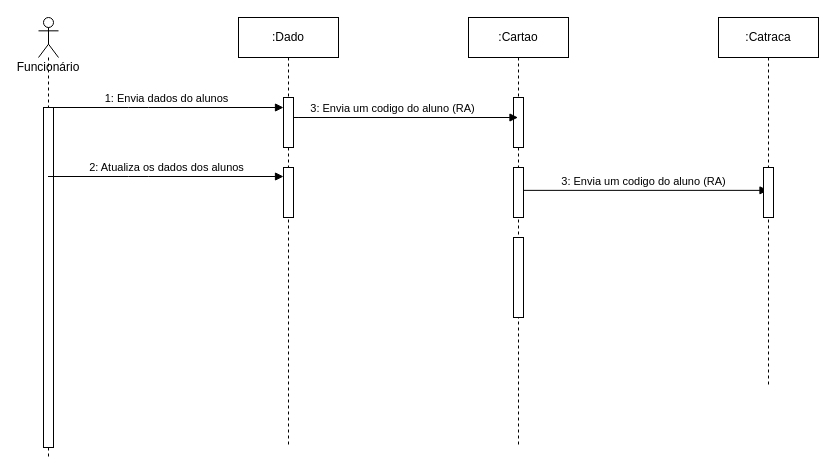
Above: AnaliseSistemasII/diagseqcomcatracas.drawio in owlprog-glitch/spiritpro (draw.io), before the change. Source tidied: cells renumbered, new cells numbered last; positions are measured from the earlier drawing's top-left corner, leaving out a move shared by most shapes. Both pictures are drawn from the tidied source at 100%, with x=0, y=0 at pixel (38, 17).
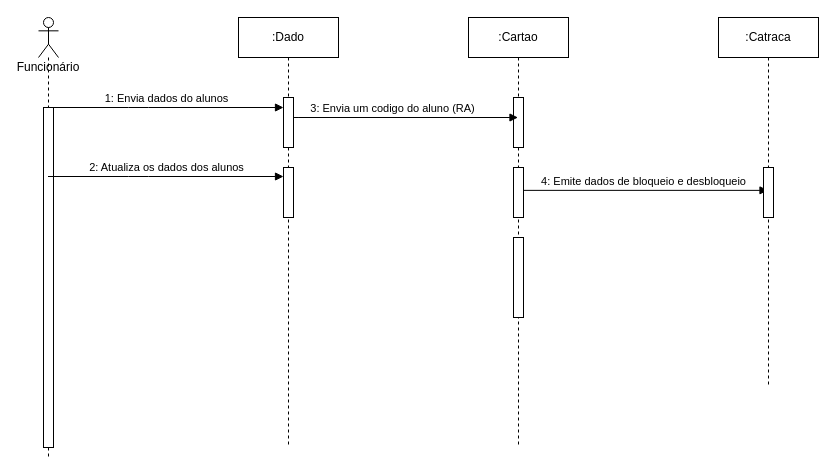
Above is the later version.

The change refers to these unchanged cells:
```xml
<mxCell id="10" value="&lt;div&gt;:Cartao&lt;/div&gt;" style="shape=umlLifeline;perimeter=lifelinePerimeter;whiteSpace=wrap;html=1;outlineConnect=0;" parent="1" vertex="1">
  <mxGeometry x="430" width="100" height="430" as="geometry" />
</mxCell>
<mxCell id="15" value=":Catraca" style="shape=umlLifeline;perimeter=lifelinePerimeter;whiteSpace=wrap;html=1;outlineConnect=0;" parent="1" vertex="1">
  <mxGeometry x="680" width="100" height="370" as="geometry" />
</mxCell>
```

Change to the diagram source:
```diff
@@
-    <mxCell id="2" value="3: Envia um codigo do aluno (RA)" style="html=1;verticalAlign=bottom;endArrow=block;exitX=0.51;exitY=0.402;exitDx=0;exitDy=0;exitPerimeter=0;" parent="1" edge="1" source="10" target="15">
+    <mxCell id="2" value="4: Emite dados de bloqueio e desbloqueio" style="html=1;verticalAlign=bottom;endArrow=block;exitX=0.51;exitY=0.402;exitDx=0;exitDy=0;exitPerimeter=0;" parent="1" edge="1" source="10" target="15">
       <mxGeometry relative="1" as="geometry" />
     </mxCell>
```
